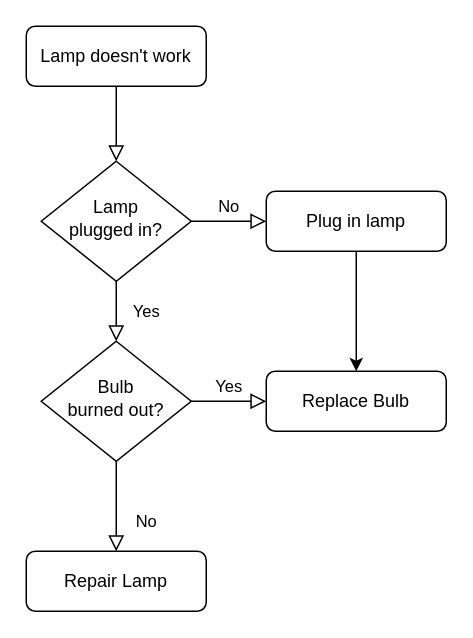
Above: Untitled Diagram.drawio in thenol/Data-Visualization (draw.io), before the change. Source tidied: cells renumbered, new cells numbered last; positions are measured from the earlier drawing's top-left corner, leaving out a move shared by most shapes. Both pictures are drawn from the tidied source at 150%, with x=0, y=0 at pixel (26, 26).
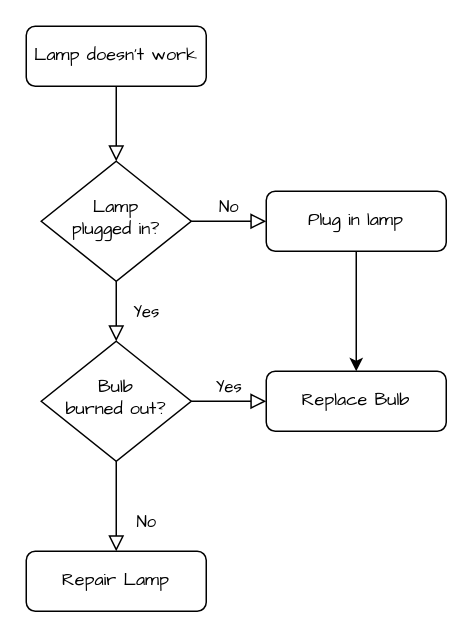
Above is the later version.

Diff of the diagram source:
```diff
@@
 <mxGraphModel>
   <root>
     <mxCell id="0" />
     <mxCell id="1" parent="0" />
-    <mxCell id="2" style="rounded=0;html=1;jettySize=auto;fontSize=11;endArrow=block;endFill=0;endSize=8;strokeWidth=1;shadow=0;labelBackgroundColor=none;edgeStyle=orthogonalEdgeStyle;" parent="1" edge="1" source="3" target="6">
+    <mxCell id="2" style="rounded=0;html=1;jettySize=auto;fontSize=11;endArrow=block;endFill=0;endSize=8;strokeWidth=1;shadow=0;labelBackgroundColor=none;edgeStyle=orthogonalEdgeStyle;fontFamily=Comic Sans MS;" parent="1" edge="1" source="3" target="6">
       <mxGeometry relative="1" as="geometry" />
     </mxCell>
-    <mxCell id="3" value="Lamp doesn't work" style="rounded=1;whiteSpace=wrap;html=1;fontSize=12;glass=0;strokeWidth=1;shadow=0;" parent="1" vertex="1">
+    <mxCell id="3" value="Lamp doesn't work" style="rounded=1;whiteSpace=wrap;html=1;fontSize=12;glass=0;strokeWidth=1;shadow=0;fontFamily=Comic Sans MS;" parent="1" vertex="1">
       <mxGeometry width="120" height="40" as="geometry" />
     </mxCell>
-    <mxCell id="4" value="Yes" style="rounded=0;html=1;jettySize=auto;fontSize=11;endArrow=block;endFill=0;endSize=8;strokeWidth=1;shadow=0;labelBackgroundColor=none;edgeStyle=orthogonalEdgeStyle;" parent="1" edge="1" source="6" target="11">
+    <mxCell id="4" value="Yes" style="rounded=0;html=1;jettySize=auto;fontSize=11;endArrow=block;endFill=0;endSize=8;strokeWidth=1;shadow=0;labelBackgroundColor=none;edgeStyle=orthogonalEdgeStyle;fontFamily=Comic Sans MS;" parent="1" edge="1" source="6" target="11">
       <mxGeometry y="20" relative="1" as="geometry" />
     </mxCell>
-    <mxCell id="5" value="No" style="edgeStyle=orthogonalEdgeStyle;rounded=0;html=1;jettySize=auto;fontSize=11;endArrow=block;endFill=0;endSize=8;strokeWidth=1;shadow=0;labelBackgroundColor=none;" parent="1" edge="1" source="6" target="8">
+    <mxCell id="5" value="No" style="edgeStyle=orthogonalEdgeStyle;rounded=0;html=1;jettySize=auto;fontSize=11;endArrow=block;endFill=0;endSize=8;strokeWidth=1;shadow=0;labelBackgroundColor=none;fontFamily=Comic Sans MS;" parent="1" edge="1" source="6" target="8">
       <mxGeometry y="10" relative="1" as="geometry" />
     </mxCell>
-    <mxCell id="6" value="Lamp&lt;br&gt;plugged in?" style="rhombus;whiteSpace=wrap;html=1;shadow=0;fontFamily=Helvetica;fontSize=12;align=center;strokeWidth=1;spacing=6;spacingTop=-4;" parent="1" vertex="1">
+    <mxCell id="6" value="Lamp&lt;br&gt;plugged in?" style="rhombus;whiteSpace=wrap;html=1;shadow=0;fontFamily=Comic Sans MS;fontSize=12;align=center;strokeWidth=1;spacing=6;spacingTop=-4;" parent="1" vertex="1">
       <mxGeometry x="10" y="90" width="100" height="80" as="geometry" />
     </mxCell>
-    <mxCell id="7" style="edgeStyle=orthogonalEdgeStyle;rounded=0;jettySize=auto;html=1;flowAnimation=1;" parent="1" edge="1" source="8" target="13">
+    <mxCell id="7" style="edgeStyle=orthogonalEdgeStyle;rounded=0;jettySize=auto;html=1;flowAnimation=1;fontFamily=Comic Sans MS;" parent="1" edge="1" source="8" target="13">
       <mxGeometry relative="1" as="geometry" />
     </mxCell>
-    <mxCell id="8" value="Plug in lamp" style="rounded=1;whiteSpace=wrap;html=1;fontSize=12;glass=0;strokeWidth=1;shadow=0;" parent="1" vertex="1">
+    <mxCell id="8" value="Plug in lamp" style="rounded=1;whiteSpace=wrap;html=1;fontSize=12;glass=0;strokeWidth=1;shadow=0;fontFamily=Comic Sans MS;" parent="1" vertex="1">
       <mxGeometry x="160" y="110" width="120" height="40" as="geometry" />
     </mxCell>
-    <mxCell id="9" value="No" style="rounded=0;html=1;jettySize=auto;fontSize=11;endArrow=block;endFill=0;endSize=8;strokeWidth=1;shadow=0;labelBackgroundColor=none;edgeStyle=orthogonalEdgeStyle;" parent="1" edge="1" source="11" target="12">
+    <mxCell id="9" value="No" style="rounded=0;html=1;jettySize=auto;fontSize=11;endArrow=block;endFill=0;endSize=8;strokeWidth=1;shadow=0;labelBackgroundColor=none;edgeStyle=orthogonalEdgeStyle;fontFamily=Comic Sans MS;" parent="1" edge="1" source="11" target="12">
       <mxGeometry x="0.33" y="20" relative="1" as="geometry" />
     </mxCell>
-    <mxCell id="10" value="Yes" style="edgeStyle=orthogonalEdgeStyle;rounded=0;html=1;jettySize=auto;fontSize=11;endArrow=block;endFill=0;endSize=8;strokeWidth=1;shadow=0;labelBackgroundColor=none;" parent="1" edge="1" source="11" target="13">
+    <mxCell id="10" value="Yes" style="edgeStyle=orthogonalEdgeStyle;rounded=0;html=1;jettySize=auto;fontSize=11;endArrow=block;endFill=0;endSize=8;strokeWidth=1;shadow=0;labelBackgroundColor=none;fontFamily=Comic Sans MS;" parent="1" edge="1" source="11" target="13">
       <mxGeometry y="10" relative="1" as="geometry" />
     </mxCell>
-    <mxCell id="11" value="Bulb&lt;br&gt;burned out?" style="rhombus;whiteSpace=wrap;html=1;shadow=0;fontFamily=Helvetica;fontSize=12;align=center;strokeWidth=1;spacing=6;spacingTop=-4;" parent="1" vertex="1">
+    <mxCell id="11" value="Bulb&lt;br&gt;burned out?" style="rhombus;whiteSpace=wrap;html=1;shadow=0;fontFamily=Comic Sans MS;fontSize=12;align=center;strokeWidth=1;spacing=6;spacingTop=-4;" parent="1" vertex="1">
       <mxGeometry x="10" y="210" width="100" height="80" as="geometry" />
     </mxCell>
-    <mxCell id="12" value="Repair Lamp" style="rounded=1;whiteSpace=wrap;html=1;fontSize=12;glass=0;strokeWidth=1;shadow=0;" parent="1" vertex="1">
+    <mxCell id="12" value="Repair Lamp" style="rounded=1;whiteSpace=wrap;html=1;fontSize=12;glass=0;strokeWidth=1;shadow=0;fontFamily=Comic Sans MS;" parent="1" vertex="1">
       <mxGeometry y="350" width="120" height="40" as="geometry" />
     </mxCell>
-    <mxCell id="13" value="Replace Bulb" style="rounded=1;whiteSpace=wrap;html=1;fontSize=12;glass=0;strokeWidth=1;shadow=0;" parent="1" vertex="1">
+    <mxCell id="13" value="Replace Bulb" style="rounded=1;whiteSpace=wrap;html=1;fontSize=12;glass=0;strokeWidth=1;shadow=0;fontFamily=Comic Sans MS;" parent="1" vertex="1">
       <mxGeometry x="160" y="230" width="120" height="40" as="geometry" />
     </mxCell>
   </root>
 </mxGraphModel>
```
